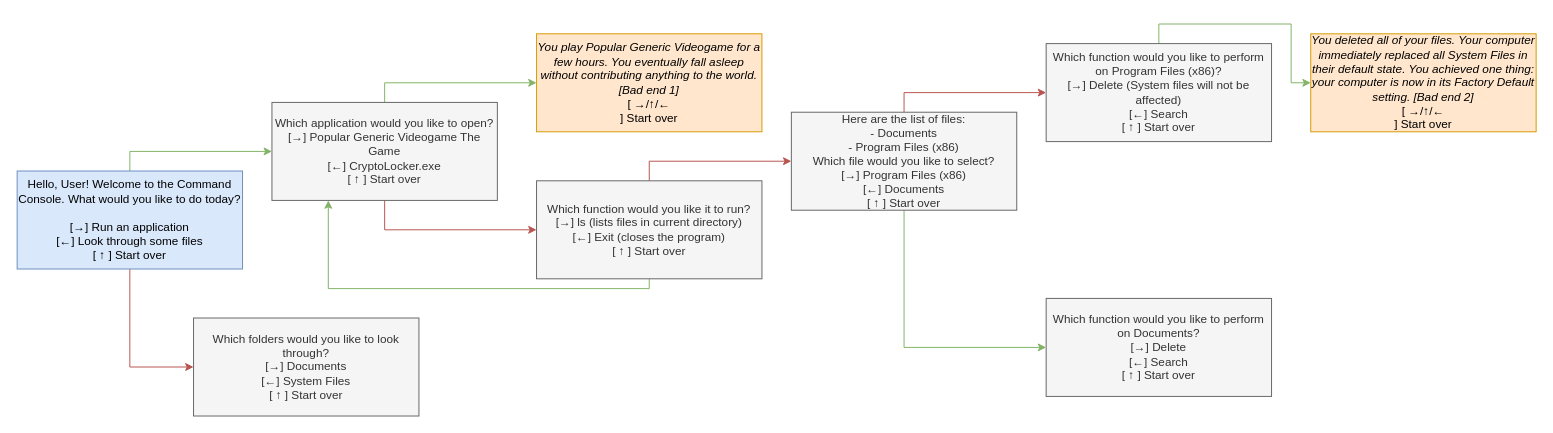
BlizzardBunny/command-console-the-game keeps this draw.io diagram as Story Diagram.drawio. Above is the earlier version. Source tidied: cells renumbered, new cells numbered last; positions are measured from the earlier drawing's top-left corner, leaving out a move shared by most shapes. Both pictures are drawn from the tidied source at 98%, with x=0, y=0 at pixel (17, 33).
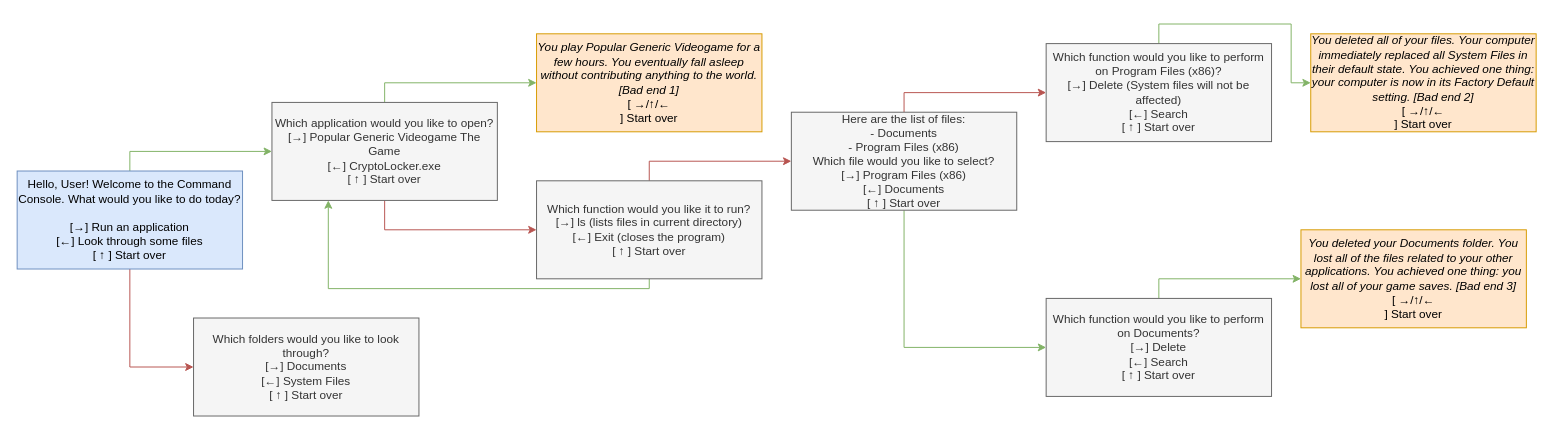
Above is the later version.

Commit message:
bad end 3 added

The change refers to these unchanged cells:
```xml
<mxCell id="18" value="&lt;div&gt;Which function would you like to perform on Documents?&lt;/div&gt;&lt;div&gt;&lt;span&gt; &lt;/span&gt;[→] Delete&lt;/div&gt;&lt;div&gt;&lt;span&gt; &lt;/span&gt;[←] Search&lt;/div&gt;&lt;div&gt;&lt;span&gt; &lt;/span&gt;[ ↑ ] Start over&lt;/div&gt;" style="text;html=1;strokeColor=#666666;fillColor=#f5f5f5;align=center;verticalAlign=middle;whiteSpace=wrap;rounded=0;fontColor=#333333;" parent="1" vertex="1">
  <mxGeometry x="1050" y="270" width="230" height="100" as="geometry" />
</mxCell>
```

What changed in the source:
```diff
@@
+    <mxCell id="20" style="edgeStyle=orthogonalEdgeStyle;rounded=0;jettySize=auto;html=1;exitX=0.5;exitY=0;exitDx=0;exitDy=0;entryX=0;entryY=0.5;entryDx=0;entryDy=0;fillColor=#d5e8d4;strokeColor=#82b366;" parent="1" edge="1" source="18" target="21">
+      <mxGeometry relative="1" as="geometry" />
+    </mxCell>
@@
+    <mxCell id="21" value="&lt;i&gt;You deleted your Documents folder. You lost all of the files related to your other applications. You achieved one thing: you lost all of your game saves. [Bad end 3]&lt;br&gt;&lt;/i&gt;[ →/↑/←&lt;br&gt;] Start over&lt;i&gt;&lt;br&gt;&lt;/i&gt;" style="text;html=1;strokeColor=#d79b00;fillColor=#ffe6cc;align=center;verticalAlign=middle;whiteSpace=wrap;rounded=0;" parent="1" vertex="1">
+      <mxGeometry x="1310" y="200" width="230" height="100" as="geometry" />
+    </mxCell>
```
